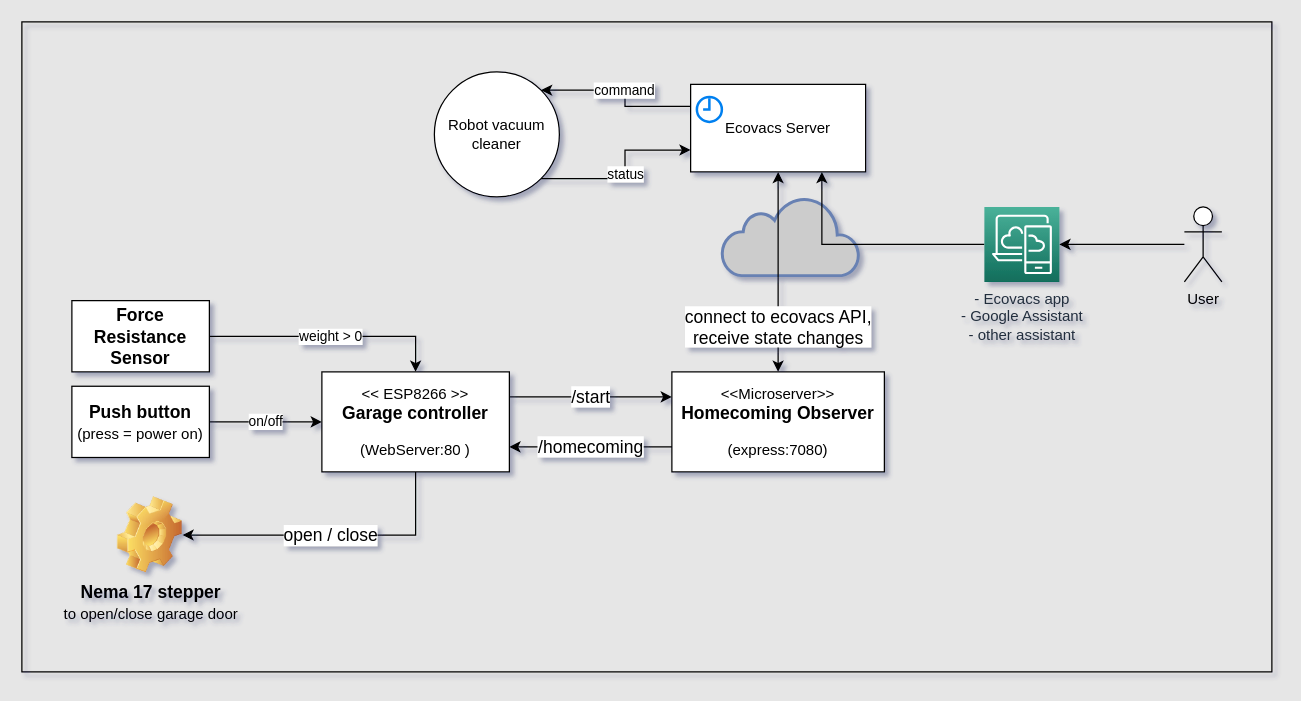
Earlier version of the draw.io diagram overview.drawio (mika2de/ecovacs-deebot-garage). Source tidied: cells renumbered, new cells numbered last; positions are measured from the earlier drawing's top-left corner, leaving out a move shared by most shapes. Both pictures are drawn from the tidied source at 125%, with x=0, y=0 at pixel (21, 21).
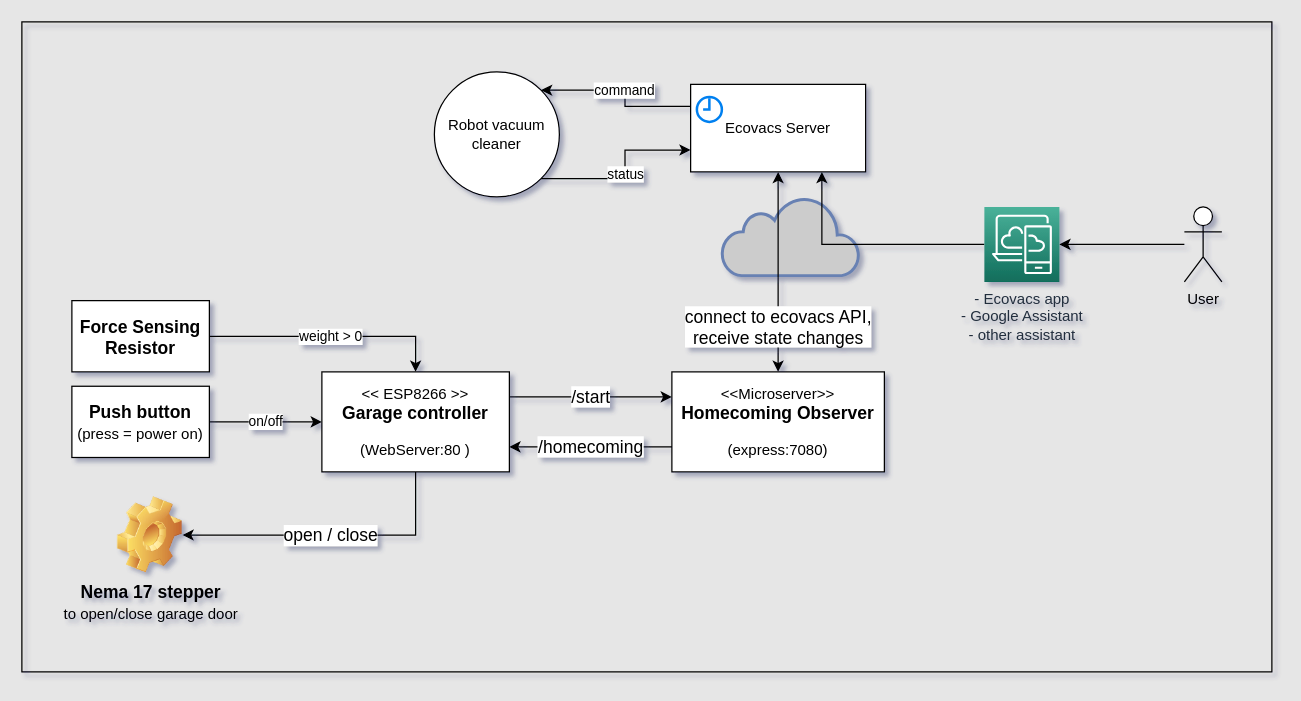
The same diagram, later.

Commit message (it also covers changes not shown here):
fix typo in diagram

What changed in the source:
```diff
@@
-    <mxCell id="3" style="rounded=0;whiteSpace=wrap;html=1;fillColor=none;" parent="1" vertex="1">
+    <mxCell id="3" value="&amp;nbsp;" style="rounded=0;whiteSpace=wrap;html=1;fillColor=none;" parent="1" vertex="1">
       <mxGeometry width="1000" height="520" as="geometry" />
     </mxCell>
@@
-    <mxCell id="16" value="&lt;font style=&quot;font-size: 14px&quot;&gt;&lt;b&gt;Force Resistance Sensor&lt;/b&gt;&lt;/font&gt;" style="rounded=0;whiteSpace=wrap;html=1;" parent="1" vertex="1">
+    <mxCell id="16" value="&lt;font style=&quot;font-size: 14px&quot;&gt;&lt;b&gt;Force Sensing Resistor&lt;/b&gt;&lt;/font&gt;" style="rounded=0;whiteSpace=wrap;html=1;" parent="1" vertex="1">
       <mxGeometry x="40" y="223" width="110" height="57" as="geometry" />
     </mxCell>
```
